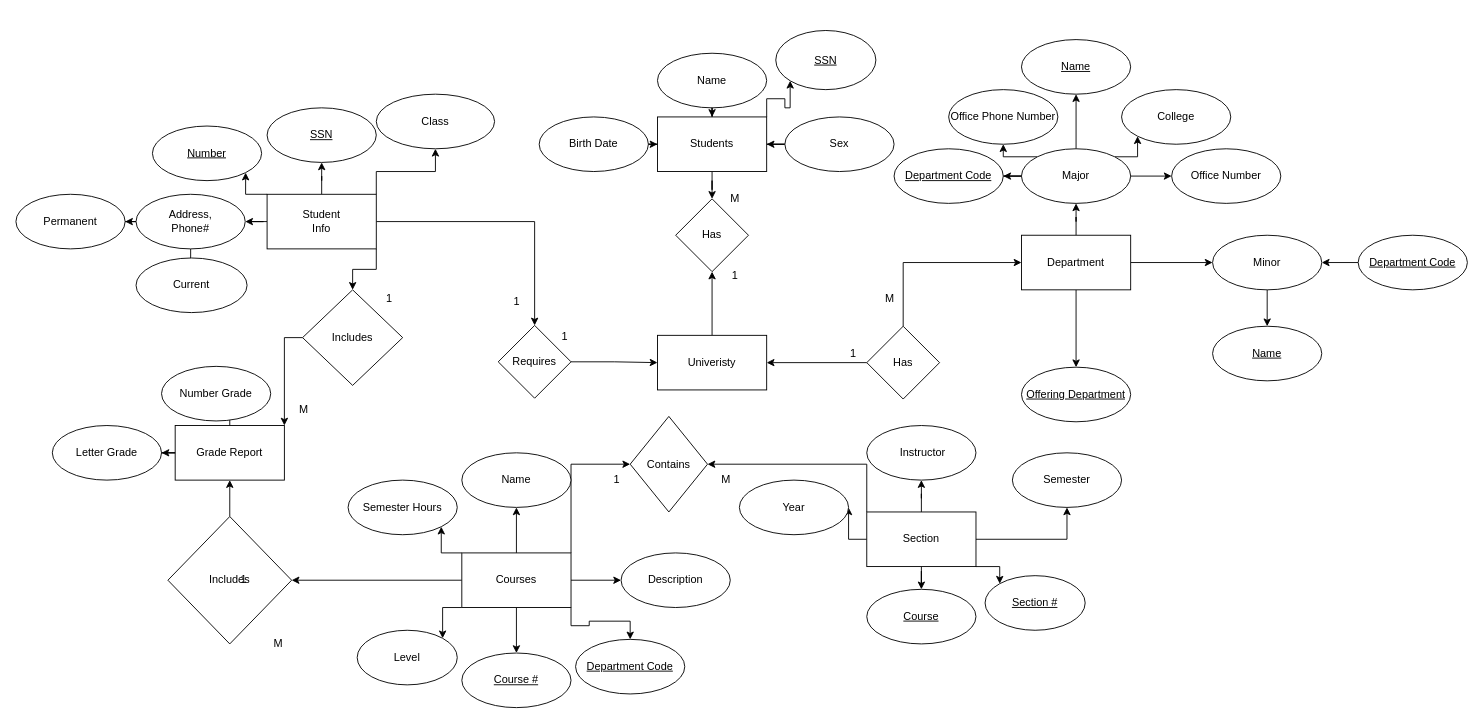
Before: Untitled Diagram.drawio in SamPark12/Data-Bases, a draw.io diagram. Source tidied: cells renumbered, new cells numbered last; positions are measured from the earlier drawing's top-left corner, leaving out a move shared by most shapes. Both pictures are drawn from the tidied source at 91%, with x=0, y=0 at pixel (15, 30).
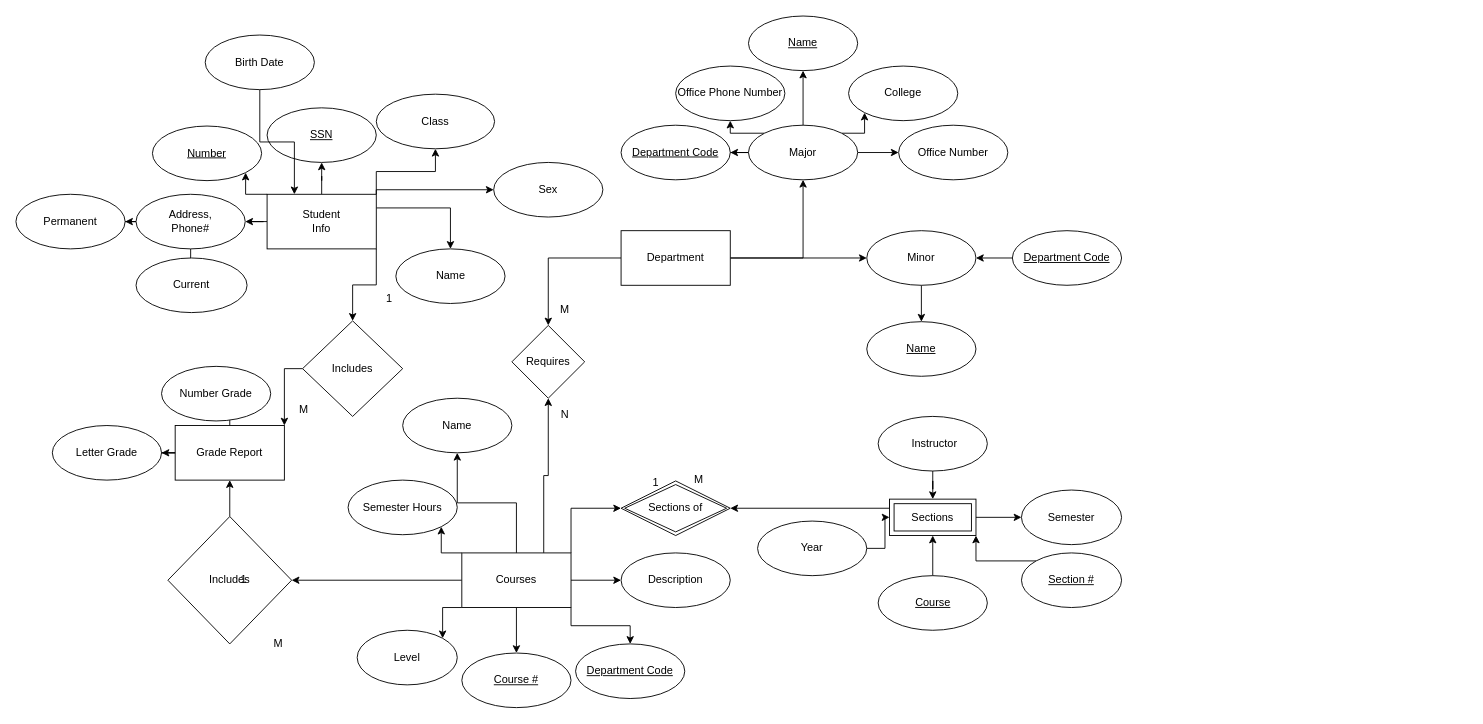
Above is the later version.

The change refers to these unchanged cells:
```xml
<mxCell id="12" value="Student&lt;br&gt;Info" style="whiteSpace=wrap;html=1;" parent="1" vertex="1">
  <mxGeometry x="276" y="180" width="120" height="60" as="geometry" />
</mxCell>
<mxCell id="75" value="Courses" style="whiteSpace=wrap;html=1;" parent="1" vertex="1">
  <mxGeometry x="490" y="574.1" width="120" height="60" as="geometry" />
</mxCell>
```

The edit, as a diff of the source:
```diff
@@
-    <mxCell id="4" style="edgeStyle=orthogonalEdgeStyle;rounded=0;jettySize=auto;html=1;" parent="1" edge="1" source="5" target="99">
-      <mxGeometry relative="1" as="geometry" />
-    </mxCell>
+    <mxCell id="106" style="edgeStyle=orthogonalEdgeStyle;rounded=0;jettySize=auto;html=1;exitX=0;exitY=0.5;exitDx=0;exitDy=0;entryX=0.5;entryY=0;entryDx=0;entryDy=0;" parent="1" edge="1" source="5" target="102">
+      <mxGeometry relative="1" as="geometry" />
+    </mxCell>
     <mxCell id="5" value="Department" style="rounded=0;whiteSpace=wrap;html=1;" parent="1" vertex="1">
-      <mxGeometry x="1105" y="225" width="120" height="60" as="geometry" />
+      <mxGeometry x="665" y="220" width="120" height="60" as="geometry" />
     </mxCell>
@@
-    <mxCell id="11" style="edgeStyle=orthogonalEdgeStyle;rounded=0;jettySize=auto;html=1;exitX=1;exitY=0.5;exitDx=0;exitDy=0;entryX=0.5;entryY=0;entryDx=0;entryDy=0;" parent="1" edge="1" source="12" target="102">
-      <mxGeometry relative="1" as="geometry" />
-    </mxCell>
+    <mxCell id="107" style="edgeStyle=orthogonalEdgeStyle;rounded=0;jettySize=auto;html=1;exitX=1;exitY=0.25;exitDx=0;exitDy=0;entryX=0.5;entryY=0;entryDx=0;entryDy=0;" parent="1" edge="1" source="12" target="14">
+      <mxGeometry relative="1" as="geometry" />
+    </mxCell>
+    <mxCell id="108" style="edgeStyle=orthogonalEdgeStyle;rounded=0;jettySize=auto;html=1;exitX=1;exitY=0;exitDx=0;exitDy=0;" parent="1" edge="1" source="12" target="20">
+      <mxGeometry relative="1" as="geometry">
+        <Array as="points">
+          <mxPoint x="396" y="175" />
+        </Array>
+      </mxGeometry>
+    </mxCell>
@@
-    <mxCell id="13" style="edgeStyle=orthogonalEdgeStyle;rounded=0;jettySize=auto;html=1;" parent="1" edge="1" source="14" target="95">
-      <mxGeometry relative="1" as="geometry" />
-    </mxCell>
     <mxCell id="14" value="Name" style="ellipse;whiteSpace=wrap;html=1;" parent="1" vertex="1">
-      <mxGeometry x="705" y="25" width="120" height="60" as="geometry" />
+      <mxGeometry x="417.5" y="240" width="120" height="60" as="geometry" />
     </mxCell>
@@
-    <mxCell id="17" style="edgeStyle=orthogonalEdgeStyle;rounded=0;jettySize=auto;html=1;" parent="1" edge="1" source="18" target="95">
-      <mxGeometry relative="1" as="geometry" />
-    </mxCell>
+    <mxCell id="109" style="edgeStyle=orthogonalEdgeStyle;rounded=0;jettySize=auto;html=1;exitX=0.5;exitY=1;exitDx=0;exitDy=0;entryX=0.25;entryY=0;entryDx=0;entryDy=0;" parent="1" edge="1" source="18" target="12">
+      <mxGeometry relative="1" as="geometry" />
+    </mxCell>
     <mxCell id="18" value="Birth Date" style="ellipse;whiteSpace=wrap;html=1;" parent="1" vertex="1">
-      <mxGeometry x="575" y="95" width="120" height="60" as="geometry" />
+      <mxGeometry x="208" y="5" width="120" height="60" as="geometry" />
     </mxCell>
-    <mxCell id="19" style="edgeStyle=orthogonalEdgeStyle;rounded=0;jettySize=auto;html=1;" parent="1" edge="1" source="20" target="95">
-      <mxGeometry relative="1" as="geometry" />
-    </mxCell>
     <mxCell id="20" value="Sex" style="ellipse;whiteSpace=wrap;html=1;" parent="1" vertex="1">
-      <mxGeometry x="845" y="95" width="120" height="60" as="geometry" />
+      <mxGeometry x="525" y="145" width="120" height="60" as="geometry" />
     </mxCell>
@@
     <mxCell id="30" style="edgeStyle=orthogonalEdgeStyle;rounded=0;jettySize=auto;html=1;exitX=0;exitY=0;exitDx=0;exitDy=0;" parent="1" edge="1" source="32" target="38">
       <mxGeometry relative="1" as="geometry">
         <Array as="points">
-          <mxPoint x="1085" y="139" />
-          <mxPoint x="1085" y="80" />
+          <mxPoint x="785" y="113.1" />
+          <mxPoint x="785" y="54.1" />
         </Array>
       </mxGeometry>
     </mxCell>
@@
     <mxCell id="32" value="Major" style="ellipse;whiteSpace=wrap;html=1;rounded=0;" parent="1" vertex="1">
-      <mxGeometry x="1105" y="130" width="120" height="60" as="geometry" />
+      <mxGeometry x="805" y="104.1" width="120" height="60" as="geometry" />
     </mxCell>
@@
     <mxCell id="34" value="Minor" style="ellipse;whiteSpace=wrap;html=1;rounded=0;" parent="1" vertex="1">
-      <mxGeometry x="1315" y="225" width="120" height="60" as="geometry" />
+      <mxGeometry x="935" y="220" width="120" height="60" as="geometry" />
     </mxCell>
     <mxCell id="35" value="&lt;u&gt;Name&lt;/u&gt;" style="ellipse;whiteSpace=wrap;html=1;rounded=0;" parent="1" vertex="1">
-      <mxGeometry x="1105" y="10" width="120" height="60" as="geometry" />
+      <mxGeometry x="805" y="-15.9" width="120" height="60" as="geometry" />
     </mxCell>
     <mxCell id="36" value="Office Number" style="ellipse;whiteSpace=wrap;html=1;rounded=0;" parent="1" vertex="1">
-      <mxGeometry x="1270" y="130" width="120" height="60" as="geometry" />
+      <mxGeometry x="970" y="104.1" width="120" height="60" as="geometry" />
     </mxCell>
     <mxCell id="37" value="&lt;u&gt;Department Code&lt;/u&gt;" style="ellipse;whiteSpace=wrap;html=1;rounded=0;" parent="1" vertex="1">
-      <mxGeometry x="965" y="130" width="120" height="60" as="geometry" />
+      <mxGeometry x="665" y="104.1" width="120" height="60" as="geometry" />
     </mxCell>
     <mxCell id="38" value="Office Phone Number" style="ellipse;whiteSpace=wrap;html=1;" parent="1" vertex="1">
-      <mxGeometry x="1025" y="65" width="120" height="60" as="geometry" />
+      <mxGeometry x="725" y="39.1" width="120" height="60" as="geometry" />
     </mxCell>
     <mxCell id="39" value="College" style="ellipse;whiteSpace=wrap;html=1;" parent="1" vertex="1">
-      <mxGeometry x="1215" y="65" width="120" height="60" as="geometry" />
+      <mxGeometry x="915" y="39.1" width="120" height="60" as="geometry" />
     </mxCell>
     <mxCell id="40" value="&lt;u&gt;Name&lt;/u&gt;" style="ellipse;whiteSpace=wrap;html=1;rounded=0;" parent="1" vertex="1">
-      <mxGeometry x="1315" y="325" width="120" height="60" as="geometry" />
+      <mxGeometry x="935" y="320" width="120" height="60" as="geometry" />
     </mxCell>
@@
     <mxCell id="42" value="&lt;u&gt;Department Code&lt;/u&gt;" style="ellipse;whiteSpace=wrap;html=1;rounded=0;" parent="1" vertex="1">
-      <mxGeometry x="1475" y="225" width="120" height="60" as="geometry" />
+      <mxGeometry x="1095" y="220" width="120" height="60" as="geometry" />
     </mxCell>
@@
     <mxCell id="48" value="Includes" style="rhombus;whiteSpace=wrap;html=1;" parent="1" vertex="1">
-      <mxGeometry x="315" y="285" width="110" height="105" as="geometry" />
+      <mxGeometry x="315" y="319.1" width="110" height="105" as="geometry" />
     </mxCell>
@@
-    <mxCell id="50" style="edgeStyle=orthogonalEdgeStyle;rounded=0;jettySize=auto;html=1;" parent="1" edge="1" source="56" target="57">
-      <mxGeometry relative="1" as="geometry" />
-    </mxCell>
-    <mxCell id="51" style="edgeStyle=orthogonalEdgeStyle;rounded=0;jettySize=auto;html=1;" parent="1" edge="1" source="56" target="58">
-      <mxGeometry relative="1" as="geometry" />
-    </mxCell>
-    <mxCell id="52" style="edgeStyle=orthogonalEdgeStyle;rounded=0;jettySize=auto;html=1;" parent="1" edge="1" source="56" target="59">
-      <mxGeometry relative="1" as="geometry" />
-    </mxCell>
-    <mxCell id="53" style="edgeStyle=orthogonalEdgeStyle;rounded=0;jettySize=auto;html=1;exitX=0;exitY=0.5;exitDx=0;exitDy=0;" parent="1" edge="1" source="56" target="60">
-      <mxGeometry relative="1" as="geometry" />
-    </mxCell>
-    <mxCell id="54" style="edgeStyle=orthogonalEdgeStyle;rounded=0;jettySize=auto;html=1;exitX=1;exitY=1;exitDx=0;exitDy=0;entryX=0;entryY=0;entryDx=0;entryDy=0;" parent="1" edge="1" source="56" target="61">
-      <mxGeometry relative="1" as="geometry" />
-    </mxCell>
-    <mxCell id="55" style="edgeStyle=orthogonalEdgeStyle;rounded=0;jettySize=auto;html=1;exitX=0;exitY=0;exitDx=0;exitDy=0;entryX=1;entryY=0.5;entryDx=0;entryDy=0;" parent="1" edge="1" source="56" target="82">
-      <mxGeometry relative="1" as="geometry" />
-    </mxCell>
-    <mxCell id="56" value="Section&lt;br&gt;" style="whiteSpace=wrap;html=1;" parent="1" vertex="1">
-      <mxGeometry x="935" y="529.1" width="120" height="60" as="geometry" />
-    </mxCell>
+    <mxCell id="110" style="edgeStyle=orthogonalEdgeStyle;rounded=0;jettySize=auto;html=1;" parent="1" edge="1" source="57" target="118">
+      <mxGeometry relative="1" as="geometry" />
+    </mxCell>
     <mxCell id="57" value="&amp;nbsp;Instructor" style="ellipse;whiteSpace=wrap;html=1;" parent="1" vertex="1">
-      <mxGeometry x="935" y="434.1" width="120" height="60" as="geometry" />
+      <mxGeometry x="947.5" y="424.1" width="120" height="60" as="geometry" />
     </mxCell>
     <mxCell id="58" value="Semester" style="ellipse;whiteSpace=wrap;html=1;" parent="1" vertex="1">
-      <mxGeometry x="1095" y="464.1" width="120" height="60" as="geometry" />
+      <mxGeometry x="1105" y="505" width="110" height="60" as="geometry" />
     </mxCell>
+    <mxCell id="111" style="edgeStyle=orthogonalEdgeStyle;rounded=0;jettySize=auto;html=1;" parent="1" edge="1" source="59" target="118">
+      <mxGeometry relative="1" as="geometry" />
+    </mxCell>
     <mxCell id="59" value="&lt;u&gt;Course&lt;/u&gt;" style="ellipse;whiteSpace=wrap;html=1;" parent="1" vertex="1">
-      <mxGeometry x="935" y="614.1" width="120" height="60" as="geometry" />
+      <mxGeometry x="947.5" y="599.1" width="120" height="60" as="geometry" />
     </mxCell>
+    <mxCell id="112" style="edgeStyle=orthogonalEdgeStyle;rounded=0;jettySize=auto;html=1;" parent="1" edge="1" source="60" target="118">
+      <mxGeometry relative="1" as="geometry" />
+    </mxCell>
     <mxCell id="60" value="Year" style="ellipse;whiteSpace=wrap;html=1;" parent="1" vertex="1">
-      <mxGeometry x="795" y="494.1" width="120" height="60" as="geometry" />
+      <mxGeometry x="815" y="539.1" width="120" height="60" as="geometry" />
     </mxCell>
+    <mxCell id="113" style="edgeStyle=orthogonalEdgeStyle;rounded=0;jettySize=auto;html=1;exitX=0;exitY=0;exitDx=0;exitDy=0;entryX=1;entryY=1;entryDx=0;entryDy=0;" parent="1" edge="1" source="61" target="118">
+      <mxGeometry relative="1" as="geometry" />
+    </mxCell>
     <mxCell id="61" value="&lt;u&gt;Section #&lt;/u&gt;" style="ellipse;whiteSpace=wrap;html=1;" parent="1" vertex="1">
-      <mxGeometry x="1065" y="599.1" width="110" height="60" as="geometry" />
+      <mxGeometry x="1105" y="574.1" width="110" height="60" as="geometry" />
     </mxCell>
@@
-    <mxCell id="72" style="edgeStyle=orthogonalEdgeStyle;rounded=0;jettySize=auto;html=1;exitX=1;exitY=0;exitDx=0;exitDy=0;entryX=0;entryY=0.5;entryDx=0;entryDy=0;" parent="1" edge="1" source="75" target="82">
-      <mxGeometry relative="1" as="geometry" />
-    </mxCell>
@@
+    <mxCell id="114" style="edgeStyle=orthogonalEdgeStyle;rounded=0;jettySize=auto;html=1;exitX=1;exitY=0;exitDx=0;exitDy=0;entryX=0;entryY=0.5;entryDx=0;entryDy=0;" parent="1" edge="1" source="75" target="119">
+      <mxGeometry relative="1" as="geometry" />
+    </mxCell>
+    <mxCell id="115" style="edgeStyle=orthogonalEdgeStyle;rounded=0;jettySize=auto;html=1;exitX=0.75;exitY=0;exitDx=0;exitDy=0;entryX=0.5;entryY=1;entryDx=0;entryDy=0;" parent="1" edge="1" source="75" target="102">
+      <mxGeometry relative="1" as="geometry" />
+    </mxCell>
@@
     <mxCell id="76" value="Name" style="ellipse;whiteSpace=wrap;html=1;" parent="1" vertex="1">
-      <mxGeometry x="490" y="464.1" width="120" height="60" as="geometry" />
+      <mxGeometry x="425" y="404.1" width="120" height="60" as="geometry" />
     </mxCell>
@@
     <mxCell id="81" value="&lt;u&gt;Department Code&lt;/u&gt;" style="ellipse;whiteSpace=wrap;html=1;" parent="1" vertex="1">
-      <mxGeometry x="615" y="669.1" width="120" height="60" as="geometry" />
+      <mxGeometry x="615" y="674.1" width="120" height="60" as="geometry" />
     </mxCell>
-    <mxCell id="82" value="Contains" style="rhombus;whiteSpace=wrap;html=1;" parent="1" vertex="1">
-      <mxGeometry x="675" y="424.1" width="85" height="105" as="geometry" />
-    </mxCell>
@@
     <mxCell id="84" value="M" style="text;html=1;align=center;verticalAlign=middle;strokeColor=none;fillColor=none;" parent="1" vertex="1">
-      <mxGeometry x="765" y="479.1" width="30" height="30" as="geometry" />
+      <mxGeometry x="735" y="479.1" width="30" height="30" as="geometry" />
     </mxCell>
-    <mxCell id="85" value="1" style="text;html=1;align=center;verticalAlign=middle;strokeColor=none;fillColor=none;" parent="1" vertex="1">
-      <mxGeometry x="645" y="479.1" width="30" height="30" as="geometry" />
-    </mxCell>
-    <mxCell id="86" style="edgeStyle=orthogonalEdgeStyle;rounded=0;jettySize=auto;html=1;exitX=0.5;exitY=0;exitDx=0;exitDy=0;entryX=0.5;entryY=1;entryDx=0;entryDy=0;" parent="1" edge="1" source="87" target="96">
-      <mxGeometry relative="1" as="geometry" />
-    </mxCell>
-    <mxCell id="87" value="Univeristy" style="whiteSpace=wrap;html=1;" parent="1" vertex="1">
-      <mxGeometry x="705" y="335" width="120" height="60" as="geometry" />
-    </mxCell>
-    <mxCell id="88" style="edgeStyle=orthogonalEdgeStyle;rounded=0;jettySize=auto;html=1;exitX=0;exitY=0.5;exitDx=0;exitDy=0;entryX=1;entryY=0.5;entryDx=0;entryDy=0;" parent="1" edge="1" source="90" target="87">
-      <mxGeometry relative="1" as="geometry" />
-    </mxCell>
-    <mxCell id="89" style="edgeStyle=orthogonalEdgeStyle;rounded=0;jettySize=auto;html=1;exitX=0.5;exitY=0;exitDx=0;exitDy=0;entryX=0;entryY=0.5;entryDx=0;entryDy=0;" parent="1" edge="1" source="90" target="5">
-      <mxGeometry relative="1" as="geometry" />
-    </mxCell>
-    <mxCell id="90" value="Has" style="rhombus;whiteSpace=wrap;html=1;" parent="1" vertex="1">
-      <mxGeometry x="935" y="325" width="80" height="80" as="geometry" />
-    </mxCell>
-    <mxCell id="91" value="1" style="text;html=1;align=center;verticalAlign=middle;strokeColor=none;fillColor=none;" parent="1" vertex="1">
-      <mxGeometry x="905" y="340" width="30" height="30" as="geometry" />
-    </mxCell>
-    <mxCell id="92" value="M" style="text;html=1;align=center;verticalAlign=middle;strokeColor=none;fillColor=none;" parent="1" vertex="1">
-      <mxGeometry x="945" y="280" width="30" height="30" as="geometry" />
-    </mxCell>
-    <mxCell id="93" style="edgeStyle=orthogonalEdgeStyle;rounded=0;jettySize=auto;html=1;" parent="1" edge="1" source="95" target="96">
-      <mxGeometry relative="1" as="geometry" />
-    </mxCell>
-    <mxCell id="94" style="edgeStyle=orthogonalEdgeStyle;rounded=0;jettySize=auto;html=1;exitX=1;exitY=0;exitDx=0;exitDy=0;entryX=0;entryY=1;entryDx=0;entryDy=0;" parent="1" edge="1" source="95" target="105">
-      <mxGeometry relative="1" as="geometry" />
-    </mxCell>
-    <mxCell id="95" value="Students" style="rounded=0;whiteSpace=wrap;html=1;" parent="1" vertex="1">
-      <mxGeometry x="705" y="95" width="120" height="60" as="geometry" />
-    </mxCell>
-    <mxCell id="96" value="Has" style="rhombus;whiteSpace=wrap;html=1;" parent="1" vertex="1">
-      <mxGeometry x="725" y="185" width="80" height="80" as="geometry" />
-    </mxCell>
-    <mxCell id="97" value="M" style="text;html=1;align=center;verticalAlign=middle;strokeColor=none;fillColor=none;" parent="1" vertex="1">
-      <mxGeometry x="775" y="170" width="30" height="30" as="geometry" />
-    </mxCell>
-    <mxCell id="98" value="1" style="text;html=1;align=center;verticalAlign=middle;strokeColor=none;fillColor=none;" parent="1" vertex="1">
-      <mxGeometry x="775" y="255" width="30" height="30" as="geometry" />
-    </mxCell>
-    <mxCell id="99" value="&lt;u&gt;Offering Department&lt;/u&gt;" style="ellipse;whiteSpace=wrap;html=1;rounded=0;" parent="1" vertex="1">
-      <mxGeometry x="1105" y="370" width="120" height="60" as="geometry" />
-    </mxCell>
@@
-    <mxCell id="101" style="edgeStyle=orthogonalEdgeStyle;rounded=0;jettySize=auto;html=1;" parent="1" edge="1" source="102" target="87">
-      <mxGeometry relative="1" as="geometry" />
-    </mxCell>
+    <mxCell id="116" style="edgeStyle=orthogonalEdgeStyle;rounded=0;jettySize=auto;html=1;" parent="1" edge="1" source="118" target="58">
+      <mxGeometry relative="1" as="geometry" />
+    </mxCell>
+    <mxCell id="117" style="edgeStyle=orthogonalEdgeStyle;rounded=0;jettySize=auto;html=1;exitX=0;exitY=0;exitDx=0;exitDy=0;" parent="1" edge="1" source="118" target="119">
+      <mxGeometry relative="1" as="geometry">
+        <Array as="points">
+          <mxPoint x="960" y="525" />
+        </Array>
+      </mxGeometry>
+    </mxCell>
+    <mxCell id="118" value="Sections&lt;br&gt;" style="shape=ext;margin=3;double=1;whiteSpace=wrap;html=1;align=center;" parent="1" vertex="1">
+      <mxGeometry x="960" y="515" width="95" height="40" as="geometry" />
+    </mxCell>
+    <mxCell id="119" value="Sections of" style="shape=rhombus;double=1;perimeter=rhombusPerimeter;whiteSpace=wrap;html=1;align=center;" parent="1" vertex="1">
+      <mxGeometry x="665" y="495" width="120" height="60" as="geometry" />
+    </mxCell>
+    <mxCell id="120" value="1" style="text;html=1;align=center;verticalAlign=middle;strokeColor=none;fillColor=none;" parent="1" vertex="1">
+      <mxGeometry x="690" y="484.1" width="25" height="25" as="geometry" />
+    </mxCell>
     <mxCell id="102" value="Requires" style="rhombus;whiteSpace=wrap;html=1;" parent="1" vertex="1">
-      <mxGeometry x="530" y="324.1" width="80" height="80" as="geometry" />
+      <mxGeometry x="545" y="324.1" width="80" height="80" as="geometry" />
     </mxCell>
-    <mxCell id="103" value="1" style="text;html=1;align=center;verticalAlign=middle;strokeColor=none;fillColor=none;" parent="1" vertex="1">
-      <mxGeometry x="590" y="324.1" width="25" height="25" as="geometry" />
-    </mxCell>
-    <mxCell id="104" value="1" style="text;html=1;align=center;verticalAlign=middle;strokeColor=none;fillColor=none;" parent="1" vertex="1">
-      <mxGeometry x="537.5" y="285" width="25" height="25" as="geometry" />
-    </mxCell>
-    <mxCell id="105" value="&lt;u&gt;SSN&lt;/u&gt;" style="ellipse;whiteSpace=wrap;html=1;" parent="1" vertex="1">
-      <mxGeometry x="835" width="110" height="65" as="geometry" />
-    </mxCell>
+    <mxCell id="121" value="M" style="text;html=1;align=center;verticalAlign=middle;strokeColor=none;fillColor=none;" parent="1" vertex="1">
+      <mxGeometry x="590" y="294.1" width="25" height="25" as="geometry" />
+    </mxCell>
+    <mxCell id="122" value="N" style="text;html=1;align=center;verticalAlign=middle;strokeColor=none;fillColor=none;" parent="1" vertex="1">
+      <mxGeometry x="590" y="409.1" width="25" height="25" as="geometry" />
+    </mxCell>
```
